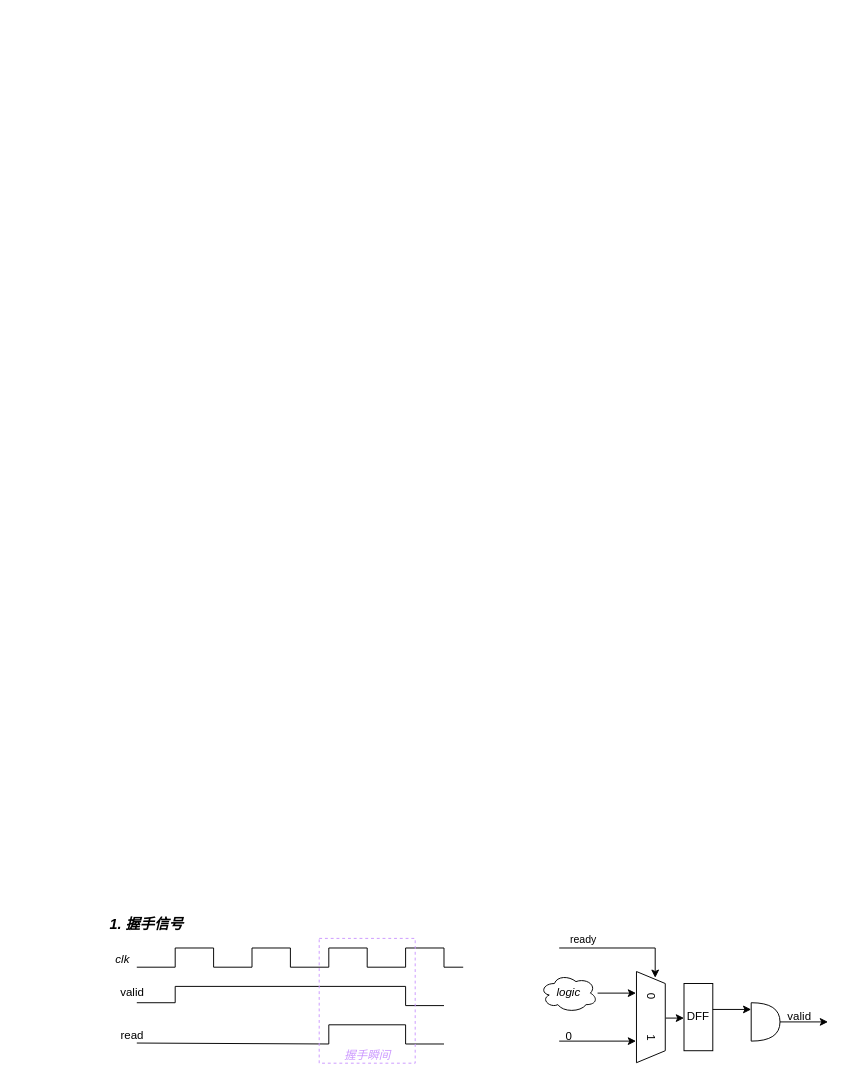
Earlier version of the draw.io diagram 总线传输.drawio (Cain252199/MyNoteBook). Source tidied: cells renumbered, new cells numbered last; positions are measured from the earlier drawing's top-left corner, leaving out a move shared by most shapes. Both pictures are drawn from the tidied source at 96%, with x=0, y=0 at pixel (103, 909).
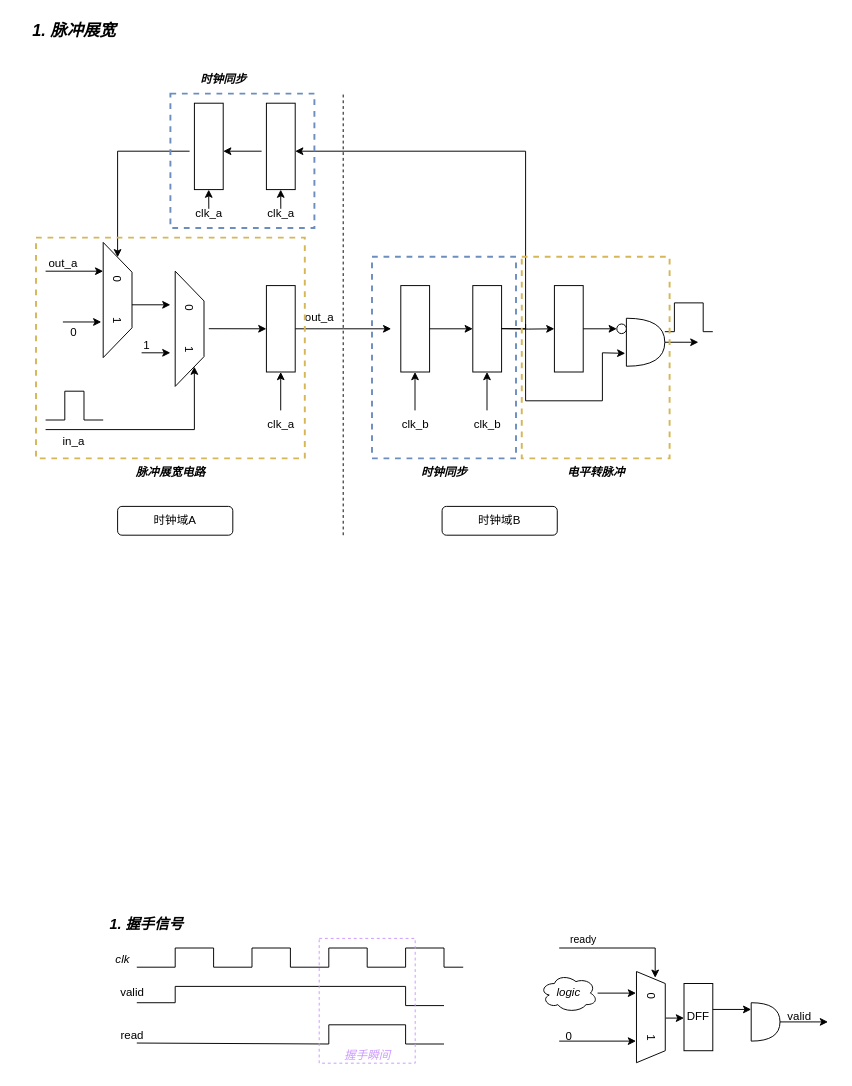
The same page after the edit.

Commit message:
脉冲展宽电路

Diff of the diagram source:
```diff
@@
+    <mxCell id="24" value="1. 脉冲展宽" style="text;html=1;align=center;verticalAlign=middle;whiteSpace=wrap;rounded=0;fontSize=17;fontStyle=3;" parent="1" vertex="1">
+      <mxGeometry x="-90" y="-930" width="120" height="30" as="geometry" />
+    </mxCell>
+    <mxCell id="25" style="endArrow=classic;html=1;rounded=0;entryX=1;entryY=0.25;entryDx=0;entryDy=0;" parent="1" edge="1" target="28">
+      <mxGeometry relative="1" as="geometry">
+        <mxPoint x="-60" y="-500" as="sourcePoint" />
+        <Array as="points">
+          <mxPoint x="95" y="-500" />
+        </Array>
+      </mxGeometry>
+    </mxCell>
+    <mxCell id="26" style="endArrow=none;html=1;rounded=0;" parent="1" edge="1">
+      <mxGeometry relative="1" as="geometry">
+        <mxPoint x="-60" y="-510" as="sourcePoint" />
+        <mxPoint y="-510" as="targetPoint" />
+        <Array as="points">
+          <mxPoint x="-40" y="-510" />
+          <mxPoint x="-40" y="-540" />
+          <mxPoint x="-20" y="-540" />
+          <mxPoint x="-20" y="-510" />
+        </Array>
+      </mxGeometry>
+    </mxCell>
+    <mxCell id="27" value="in_a" style="text;html=1;align=center;verticalAlign=middle;strokeColor=none;fillColor=none;" parent="1" vertex="1">
+      <mxGeometry x="-56" y="-502" width="50" height="30" as="geometry" />
+    </mxCell>
+    <mxCell id="28" value="0&amp;nbsp; &amp;nbsp; &amp;nbsp; &amp;nbsp; &amp;nbsp; &amp;nbsp;1" style="shape=trapezoid;perimeter=trapezoidPerimeter;whiteSpace=wrap;html=1;fixedSize=1;rotation=90;size=31;" parent="1" vertex="1">
+      <mxGeometry x="30" y="-620" width="120" height="30" as="geometry" />
+    </mxCell>
+    <mxCell id="29" style="endArrow=classic;html=1;rounded=0;" parent="1" edge="1">
+      <mxGeometry relative="1" as="geometry">
+        <mxPoint x="40" y="-580" as="sourcePoint" />
+        <mxPoint x="70" y="-580" as="targetPoint" />
+      </mxGeometry>
+    </mxCell>
+    <mxCell id="30" value="1" style="text;html=1;align=center;verticalAlign=middle;strokeColor=none;fillColor=none;" parent="1" vertex="1">
+      <mxGeometry x="30" y="-602" width="30" height="30" as="geometry" />
+    </mxCell>
+    <mxCell id="31" value="0&amp;nbsp; &amp;nbsp; &amp;nbsp; &amp;nbsp; &amp;nbsp; &amp;nbsp;1" style="shape=trapezoid;perimeter=trapezoidPerimeter;whiteSpace=wrap;html=1;fixedSize=1;rotation=90;size=31;" parent="1" vertex="1">
+      <mxGeometry x="-45" y="-650" width="120" height="30" as="geometry" />
+    </mxCell>
+    <mxCell id="32" style="endArrow=classic;html=1;rounded=0;" parent="1" edge="1">
+      <mxGeometry relative="1" as="geometry">
+        <mxPoint x="30" y="-630" as="sourcePoint" />
+        <mxPoint x="70" y="-630" as="targetPoint" />
+      </mxGeometry>
+    </mxCell>
+    <mxCell id="33" style="edgeStyle=orthogonalEdgeStyle;rounded=0;jettySize=auto;html=1;" parent="1" edge="1" source="34">
+      <mxGeometry relative="1" as="geometry">
+        <mxPoint x="300" y="-605" as="targetPoint" />
+      </mxGeometry>
+    </mxCell>
+    <mxCell id="34" style="rounded=0;whiteSpace=wrap;html=1;" parent="1" vertex="1">
+      <mxGeometry x="170" y="-650" width="30" height="90" as="geometry" />
+    </mxCell>
+    <mxCell id="35" value="out_a" style="text;html=1;align=center;verticalAlign=middle;strokeColor=none;fillColor=none;" parent="1" vertex="1">
+      <mxGeometry x="200" y="-632" width="50" height="30" as="geometry" />
+    </mxCell>
+    <mxCell id="36" style="endArrow=classic;html=1;rounded=0;entryX=0;entryY=0.5;entryDx=0;entryDy=0;" parent="1" edge="1" target="34">
+      <mxGeometry relative="1" as="geometry">
+        <mxPoint x="110" y="-605.1" as="sourcePoint" />
+      </mxGeometry>
+    </mxCell>
+    <mxCell id="37" style="endArrow=classic;html=1;rounded=0;entryX=1;entryY=0.25;entryDx=0;entryDy=0;" parent="1" edge="1">
+      <mxGeometry relative="1" as="geometry">
+        <mxPoint x="184.9" y="-520" as="sourcePoint" />
+        <mxPoint x="184.9" y="-560" as="targetPoint" />
+      </mxGeometry>
+    </mxCell>
+    <mxCell id="38" value="clk_a" style="text;html=1;align=center;verticalAlign=middle;strokeColor=none;fillColor=none;" parent="1" vertex="1">
+      <mxGeometry x="160" y="-520" width="50" height="30" as="geometry" />
+    </mxCell>
+    <mxCell id="39" style="rounded=0;whiteSpace=wrap;html=1;" parent="1" vertex="1">
+      <mxGeometry x="310" y="-650" width="30" height="90" as="geometry" />
+    </mxCell>
+    <mxCell id="40" style="rounded=0;whiteSpace=wrap;html=1;" parent="1" vertex="1">
+      <mxGeometry x="385" y="-650" width="30" height="90" as="geometry" />
+    </mxCell>
+    <mxCell id="41" value="clk_b" style="text;html=1;align=center;verticalAlign=middle;strokeColor=none;fillColor=none;" parent="1" vertex="1">
+      <mxGeometry x="300" y="-520" width="50" height="30" as="geometry" />
+    </mxCell>
+    <mxCell id="42" value="clk_b" style="text;html=1;align=center;verticalAlign=middle;strokeColor=none;fillColor=none;" parent="1" vertex="1">
+      <mxGeometry x="375" y="-520" width="50" height="30" as="geometry" />
+    </mxCell>
+    <mxCell id="43" style="edgeStyle=orthogonalEdgeStyle;rounded=0;jettySize=auto;html=1;exitX=1;exitY=0.5;exitDx=0;exitDy=0;entryX=0;entryY=0.5;entryDx=0;entryDy=0;" parent="1" edge="1" source="39" target="40">
+      <mxGeometry relative="1" as="geometry" />
+    </mxCell>
+    <mxCell id="44" style="edgeStyle=orthogonalEdgeStyle;rounded=0;orthogonalLoop=1;jettySize=auto;html=1;exitX=1;exitY=0.5;exitDx=0;exitDy=0;" parent="1" edge="1">
+      <mxGeometry relative="1" as="geometry">
+        <mxPoint x="415" y="-605.1" as="sourcePoint" />
+        <mxPoint x="200" y="-790" as="targetPoint" />
+        <Array as="points">
+          <mxPoint x="440" y="-605" />
+          <mxPoint x="440" y="-790" />
+        </Array>
+      </mxGeometry>
+    </mxCell>
+    <mxCell id="45" style="endArrow=classic;html=1;rounded=0;entryX=1;entryY=0.25;entryDx=0;entryDy=0;" parent="1" edge="1">
+      <mxGeometry relative="1" as="geometry">
+        <mxPoint x="324.8" y="-520" as="sourcePoint" />
+        <mxPoint x="324.8" y="-560" as="targetPoint" />
+      </mxGeometry>
+    </mxCell>
+    <mxCell id="46" style="endArrow=classic;html=1;rounded=0;entryX=1;entryY=0.25;entryDx=0;entryDy=0;" parent="1" edge="1">
+      <mxGeometry relative="1" as="geometry">
+        <mxPoint x="399.8" y="-520" as="sourcePoint" />
+        <mxPoint x="399.8" y="-560" as="targetPoint" />
+      </mxGeometry>
+    </mxCell>
+    <mxCell id="47" style="edgeStyle=orthogonalEdgeStyle;rounded=0;orthogonalLoop=1;jettySize=auto;html=1;exitX=1;exitY=0.5;exitDx=0;exitDy=0;" parent="1" edge="1">
+      <mxGeometry relative="1" as="geometry">
+        <mxPoint x="415" y="-605.2" as="sourcePoint" />
+        <mxPoint x="470" y="-605" as="targetPoint" />
+      </mxGeometry>
+    </mxCell>
+    <mxCell id="48" style="rounded=0;whiteSpace=wrap;html=1;" parent="1" vertex="1">
+      <mxGeometry x="170" y="-840" width="30" height="90" as="geometry" />
+    </mxCell>
+    <mxCell id="49" style="rounded=0;whiteSpace=wrap;html=1;" parent="1" vertex="1">
+      <mxGeometry x="95" y="-840" width="30" height="90" as="geometry" />
+    </mxCell>
+    <mxCell id="50" style="endArrow=classic;html=1;rounded=0;entryX=1;entryY=0.25;entryDx=0;entryDy=0;" parent="1" edge="1">
+      <mxGeometry relative="1" as="geometry">
+        <mxPoint x="185" y="-730" as="sourcePoint" />
+        <mxPoint x="184.9" y="-750" as="targetPoint" />
+      </mxGeometry>
+    </mxCell>
+    <mxCell id="51" value="clk_a" style="text;html=1;align=center;verticalAlign=middle;strokeColor=none;fillColor=none;" parent="1" vertex="1">
+      <mxGeometry x="160" y="-740" width="50" height="30" as="geometry" />
+    </mxCell>
+    <mxCell id="52" style="endArrow=classic;html=1;rounded=0;entryX=1;entryY=0.25;entryDx=0;entryDy=0;" parent="1" edge="1">
+      <mxGeometry relative="1" as="geometry">
+        <mxPoint x="110" y="-730" as="sourcePoint" />
+        <mxPoint x="109.9" y="-750" as="targetPoint" />
+      </mxGeometry>
+    </mxCell>
+    <mxCell id="53" value="clk_a" style="text;html=1;align=center;verticalAlign=middle;strokeColor=none;fillColor=none;" parent="1" vertex="1">
+      <mxGeometry x="85" y="-740" width="50" height="30" as="geometry" />
+    </mxCell>
+    <mxCell id="54" style="endArrow=classic;html=1;rounded=0;" parent="1" edge="1">
+      <mxGeometry relative="1" as="geometry">
+        <mxPoint x="165" y="-790" as="sourcePoint" />
+        <mxPoint x="125" y="-790" as="targetPoint" />
+      </mxGeometry>
+    </mxCell>
+    <mxCell id="55" style="endArrow=classic;html=1;rounded=0;entryX=0;entryY=0.5;entryDx=0;entryDy=0;" parent="1" edge="1" target="31">
+      <mxGeometry relative="1" as="geometry">
+        <mxPoint x="90" y="-790" as="sourcePoint" />
+        <Array as="points">
+          <mxPoint x="15" y="-790" />
+        </Array>
+      </mxGeometry>
+    </mxCell>
+    <mxCell id="56" style="endArrow=classic;html=1;rounded=0;entryX=0.75;entryY=1;entryDx=0;entryDy=0;" parent="1" edge="1">
+      <mxGeometry relative="1" as="geometry">
+        <mxPoint x="-42" y="-612.1" as="sourcePoint" />
+        <mxPoint x="-2" y="-612.1" as="targetPoint" />
+      </mxGeometry>
+    </mxCell>
+    <mxCell id="57" value="&lt;div&gt;0&lt;/div&gt;" style="text;html=1;align=center;verticalAlign=middle;strokeColor=none;fillColor=none;" parent="1" vertex="1">
+      <mxGeometry x="-46" y="-616" width="30" height="30" as="geometry" />
+    </mxCell>
+    <mxCell id="58" style="endArrow=classic;html=1;rounded=0;entryX=0.25;entryY=1;entryDx=0;entryDy=0;" parent="1" edge="1" target="31">
+      <mxGeometry relative="1" as="geometry">
+        <mxPoint x="-60" y="-665" as="sourcePoint" />
+      </mxGeometry>
+    </mxCell>
+    <mxCell id="59" value="out_a" style="text;html=1;align=center;verticalAlign=middle;strokeColor=none;fillColor=none;" parent="1" vertex="1">
+      <mxGeometry x="-67" y="-688" width="50" height="30" as="geometry" />
+    </mxCell>
+    <mxCell id="60" style="rounded=0;whiteSpace=wrap;html=1;" parent="1" vertex="1">
+      <mxGeometry x="470" y="-650" width="30" height="90" as="geometry" />
+    </mxCell>
+    <mxCell id="61" style="edgeStyle=orthogonalEdgeStyle;rounded=0;jettySize=auto;html=1;exitX=1;exitY=0.5;exitDx=0;exitDy=0;entryX=0;entryY=0.5;entryDx=0;entryDy=0;" parent="1" edge="1" source="60" target="64">
+      <mxGeometry relative="1" as="geometry" />
+    </mxCell>
+    <mxCell id="62" style="edgeStyle=orthogonalEdgeStyle;rounded=0;jettySize=auto;html=1;" parent="1" edge="1" source="63">
+      <mxGeometry relative="1" as="geometry">
+        <mxPoint x="620" y="-591" as="targetPoint" />
+      </mxGeometry>
+    </mxCell>
+    <mxCell id="63" style="shape=or;whiteSpace=wrap;html=1;" parent="1" vertex="1">
+      <mxGeometry x="545" y="-616" width="40" height="50" as="geometry" />
+    </mxCell>
+    <mxCell id="64" style="ellipse;whiteSpace=wrap;html=1;" parent="1" vertex="1">
+      <mxGeometry x="535" y="-610" width="10" height="10" as="geometry" />
+    </mxCell>
+    <mxCell id="65" style="endArrow=classic;html=1;rounded=0;entryX=-0.029;entryY=0.732;entryDx=0;entryDy=0;entryPerimeter=0;" parent="1" edge="1" target="63">
+      <mxGeometry relative="1" as="geometry">
+        <mxPoint x="440" y="-610" as="sourcePoint" />
+        <Array as="points">
+          <mxPoint x="440" y="-530" />
+          <mxPoint x="520" y="-530" />
+          <mxPoint x="520" y="-580" />
+        </Array>
+      </mxGeometry>
+    </mxCell>
+    <mxCell id="66" style="rounded=0;whiteSpace=wrap;html=1;dashed=1;fillColor=none;strokeColor=#d6b656;strokeWidth=2;" parent="1" vertex="1">
+      <mxGeometry x="-70" y="-700" width="280" height="230" as="geometry" />
+    </mxCell>
+    <mxCell id="67" value="脉冲展宽电路" style="text;html=1;align=center;verticalAlign=middle;strokeColor=none;fillColor=none;fontStyle=3;" parent="1" vertex="1">
+      <mxGeometry x="20" y="-470" width="100" height="30" as="geometry" />
+    </mxCell>
+    <mxCell id="68" style="endArrow=none;dashed=1;html=1;rounded=0;fontSize=12;" parent="1" edge="1">
+      <mxGeometry relative="1" as="geometry">
+        <mxPoint x="250" y="-390" as="sourcePoint" />
+        <mxPoint x="250" y="-850" as="targetPoint" />
+      </mxGeometry>
+    </mxCell>
+    <mxCell id="69" style="rounded=0;whiteSpace=wrap;html=1;dashed=1;fillColor=none;strokeColor=#6c8ebf;strokeWidth=2;" parent="1" vertex="1">
+      <mxGeometry x="280" y="-680" width="150" height="210" as="geometry" />
+    </mxCell>
+    <mxCell id="70" value="时钟同步" style="text;html=1;align=center;verticalAlign=middle;strokeColor=none;fillColor=none;fontStyle=3;" parent="1" vertex="1">
+      <mxGeometry x="320" y="-470" width="70" height="30" as="geometry" />
+    </mxCell>
+    <mxCell id="71" style="rounded=0;whiteSpace=wrap;html=1;dashed=1;fillColor=none;strokeColor=#6c8ebf;strokeWidth=2;" parent="1" vertex="1">
+      <mxGeometry x="70" y="-850" width="150" height="140" as="geometry" />
+    </mxCell>
+    <mxCell id="72" value="时钟同步" style="text;html=1;align=center;verticalAlign=middle;strokeColor=none;fillColor=none;fontStyle=3;" parent="1" vertex="1">
+      <mxGeometry x="90" y="-880" width="70" height="30" as="geometry" />
+    </mxCell>
+    <mxCell id="73" style="endArrow=none;html=1;rounded=0;" parent="1" edge="1">
+      <mxGeometry relative="1" as="geometry">
+        <mxPoint x="585" y="-602" as="sourcePoint" />
+        <mxPoint x="635" y="-602" as="targetPoint" />
+        <Array as="points">
+          <mxPoint x="595" y="-602" />
+          <mxPoint x="595" y="-632" />
+          <mxPoint x="625" y="-632" />
+          <mxPoint x="625" y="-602" />
+        </Array>
+      </mxGeometry>
+    </mxCell>
+    <mxCell id="74" style="rounded=0;whiteSpace=wrap;html=1;dashed=1;fillColor=none;strokeColor=#d6b656;strokeWidth=2;" parent="1" vertex="1">
+      <mxGeometry x="436" y="-680" width="154" height="210" as="geometry" />
+    </mxCell>
+    <mxCell id="75" value="电平转脉冲" style="text;html=1;align=center;verticalAlign=middle;strokeColor=none;fillColor=none;fontStyle=3;" parent="1" vertex="1">
+      <mxGeometry x="473" y="-470" width="80" height="30" as="geometry" />
+    </mxCell>
+    <mxCell id="76" value="时钟域A" style="rounded=1;whiteSpace=wrap;html=1;" parent="1" vertex="1">
+      <mxGeometry x="15" y="-420" width="120" height="30" as="geometry" />
+    </mxCell>
+    <mxCell id="77" value="时钟域B" style="rounded=1;whiteSpace=wrap;html=1;" parent="1" vertex="1">
+      <mxGeometry x="353" y="-420" width="120" height="30" as="geometry" />
+    </mxCell>
```
